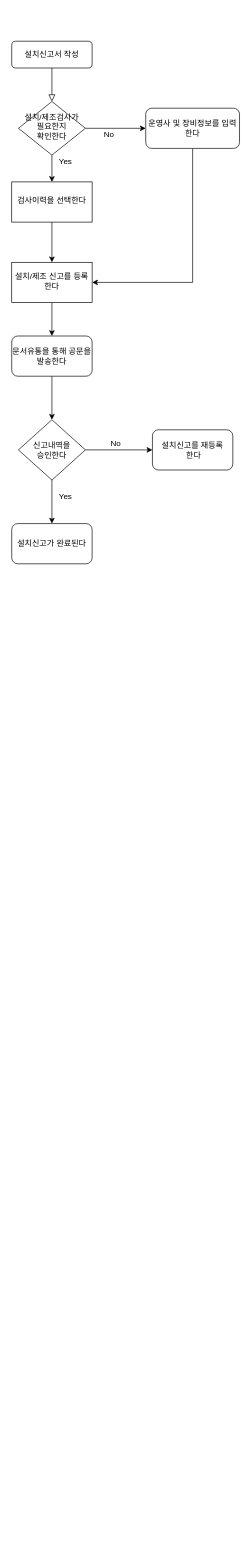
The draw.io diagram Untitled Diagram.drawio in hos1126/tp, before the edit. Source tidied: cells renumbered, new cells numbered last; positions are measured from the earlier drawing's top-left corner, leaving out a move shared by most shapes. Both pictures are drawn from the tidied source at 67%, with x=0, y=0 at pixel (11, 41).
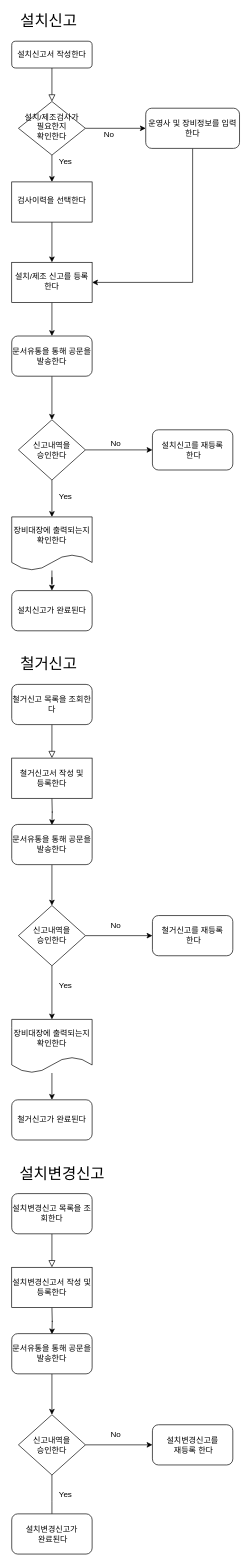
The same page after the edit.

The change refers to these unchanged cells:
```xml
<mxCell id="14" value="신고내역을 &lt;br&gt;승인한다" style="rhombus;whiteSpace=wrap;html=1;" parent="1" vertex="1">
  <mxGeometry x="10" y="565" width="100" height="90" as="geometry" />
</mxCell>
```

Diff of the diagram source:
```diff
@@
-    <mxCell id="3" value="설치신고서 작성" style="rounded=1;whiteSpace=wrap;html=1;fontSize=12;glass=0;strokeWidth=1;shadow=0;" parent="1" vertex="1">
+    <mxCell id="3" value="설치신고서 작성한다" style="rounded=1;whiteSpace=wrap;html=1;fontSize=12;glass=0;strokeWidth=1;shadow=0;" parent="1" vertex="1">
       <mxGeometry width="120" height="40" as="geometry" />
     </mxCell>
@@
-    <mxCell id="12" style="edgeStyle=orthogonalEdgeStyle;rounded=0;jettySize=auto;html=1;" parent="1" edge="1" source="14" target="23">
-      <mxGeometry relative="1" as="geometry" />
-    </mxCell>
@@
+    <mxCell id="24" style="edgeStyle=orthogonalEdgeStyle;rounded=0;jettySize=auto;html=1;" parent="1" edge="1" source="14" target="39">
+      <mxGeometry relative="1" as="geometry" />
+    </mxCell>
@@
     <mxCell id="23" value="설치신고가 완료된다" style="rounded=1;whiteSpace=wrap;html=1;" parent="1" vertex="1">
-      <mxGeometry y="720" width="120" height="60" as="geometry" />
+      <mxGeometry y="820" width="120" height="60" as="geometry" />
     </mxCell>
+    <mxCell id="25" style="rounded=0;html=1;jettySize=auto;fontSize=11;endArrow=block;endFill=0;endSize=8;strokeWidth=1;shadow=0;labelBackgroundColor=none;edgeStyle=orthogonalEdgeStyle;" parent="1" edge="1" source="26" target="37">
+      <mxGeometry relative="1" as="geometry" />
+    </mxCell>
+    <mxCell id="26" value="철거신고 목록을 조회한다" style="rounded=1;whiteSpace=wrap;html=1;fontSize=12;glass=0;strokeWidth=1;shadow=0;" parent="1" vertex="1">
+      <mxGeometry y="960" width="120" height="60" as="geometry" />
+    </mxCell>
+    <mxCell id="27" style="edgeStyle=orthogonalEdgeStyle;rounded=0;orthogonalLoop=1;jettySize=auto;html=1;" parent="1" edge="1">
+      <mxGeometry relative="1" as="geometry">
+        <mxPoint x="60" y="1130" as="sourcePoint" />
+        <mxPoint x="60" y="1170" as="targetPoint" />
+      </mxGeometry>
+    </mxCell>
+    <mxCell id="28" style="edgeStyle=orthogonalEdgeStyle;rounded=0;jettySize=auto;html=1;entryX=0.5;entryY=0;entryDx=0;entryDy=0;" parent="1" edge="1" source="29" target="32">
+      <mxGeometry relative="1" as="geometry" />
+    </mxCell>
+    <mxCell id="29" value="문서유통을 통해 공문을 발송한다" style="whiteSpace=wrap;html=1;rounded=1;shadow=0;strokeWidth=1;glass=0;" parent="1" vertex="1">
+      <mxGeometry y="1169" width="120" height="60" as="geometry" />
+    </mxCell>
+    <mxCell id="30" style="edgeStyle=orthogonalEdgeStyle;rounded=0;jettySize=auto;html=1;entryX=0.5;entryY=0;entryDx=0;entryDy=0;" parent="1" edge="1" source="32" target="41">
+      <mxGeometry relative="1" as="geometry" />
+    </mxCell>
+    <mxCell id="31" style="edgeStyle=orthogonalEdgeStyle;rounded=0;jettySize=auto;html=1;" parent="1" edge="1" source="32" target="34">
+      <mxGeometry relative="1" as="geometry" />
+    </mxCell>
+    <mxCell id="32" value="신고내역을 &lt;br&gt;승인한다" style="rhombus;whiteSpace=wrap;html=1;" parent="1" vertex="1">
+      <mxGeometry x="10" y="1290" width="100" height="90" as="geometry" />
+    </mxCell>
+    <mxCell id="33" value="No" style="text;html=1;align=center;verticalAlign=middle;" parent="1" vertex="1">
+      <mxGeometry x="140" y="1310" width="30" height="20" as="geometry" />
+    </mxCell>
+    <mxCell id="34" value="철거신고를 재등록&lt;br&gt;&amp;nbsp;한다" style="rounded=1;whiteSpace=wrap;html=1;" parent="1" vertex="1">
+      <mxGeometry x="210" y="1305" width="120" height="60" as="geometry" />
+    </mxCell>
+    <mxCell id="35" value="Yes" style="text;html=1;align=center;verticalAlign=middle;" parent="1" vertex="1">
+      <mxGeometry x="60" y="1400" width="40" height="20" as="geometry" />
+    </mxCell>
+    <mxCell id="36" value="철거신고가 완료된다" style="rounded=1;whiteSpace=wrap;html=1;" parent="1" vertex="1">
+      <mxGeometry y="1580" width="120" height="60" as="geometry" />
+    </mxCell>
+    <mxCell id="37" value="철거신고서 작성 및&lt;br&gt;등록한다" style="rounded=0;whiteSpace=wrap;html=1;" parent="1" vertex="1">
+      <mxGeometry y="1070" width="120" height="60" as="geometry" />
+    </mxCell>
+    <mxCell id="38" style="edgeStyle=orthogonalEdgeStyle;rounded=0;jettySize=auto;html=1;" parent="1" edge="1" source="39" target="23">
+      <mxGeometry relative="1" as="geometry" />
+    </mxCell>
+    <mxCell id="39" value="장비대장에 출력되는지 확인한다" style="shape=document;whiteSpace=wrap;html=1;boundedLbl=1;" parent="1" vertex="1">
+      <mxGeometry y="710" width="120" height="80" as="geometry" />
+    </mxCell>
+    <mxCell id="40" style="edgeStyle=orthogonalEdgeStyle;rounded=0;jettySize=auto;html=1;" parent="1" edge="1" source="41" target="36">
+      <mxGeometry relative="1" as="geometry" />
+    </mxCell>
+    <mxCell id="41" value="장비대장에 출력되는지 확인한다" style="shape=document;whiteSpace=wrap;html=1;boundedLbl=1;" parent="1" vertex="1">
+      <mxGeometry y="1460" width="120" height="80" as="geometry" />
+    </mxCell>
+    <mxCell id="42" style="rounded=0;html=1;jettySize=auto;fontSize=11;endArrow=block;endFill=0;endSize=8;strokeWidth=1;shadow=0;labelBackgroundColor=none;edgeStyle=orthogonalEdgeStyle;" parent="1" edge="1" source="43" target="54">
+      <mxGeometry relative="1" as="geometry" />
+    </mxCell>
+    <mxCell id="43" value="설치변경신고 목록을 조회한다" style="rounded=1;whiteSpace=wrap;html=1;fontSize=12;glass=0;strokeWidth=1;shadow=0;" parent="1" vertex="1">
+      <mxGeometry y="1720" width="120" height="60" as="geometry" />
+    </mxCell>
+    <mxCell id="44" style="edgeStyle=orthogonalEdgeStyle;rounded=0;orthogonalLoop=1;jettySize=auto;html=1;" parent="1" edge="1">
+      <mxGeometry relative="1" as="geometry">
+        <mxPoint x="60" y="1890" as="sourcePoint" />
+        <mxPoint x="60" y="1930" as="targetPoint" />
+      </mxGeometry>
+    </mxCell>
+    <mxCell id="45" style="edgeStyle=orthogonalEdgeStyle;rounded=0;jettySize=auto;html=1;entryX=0.5;entryY=0;entryDx=0;entryDy=0;" parent="1" edge="1" source="46" target="49">
+      <mxGeometry relative="1" as="geometry" />
+    </mxCell>
+    <mxCell id="46" value="문서유통을 통해 공문을 발송한다" style="whiteSpace=wrap;html=1;rounded=1;shadow=0;strokeWidth=1;glass=0;" parent="1" vertex="1">
+      <mxGeometry y="1929" width="120" height="60" as="geometry" />
+    </mxCell>
+    <mxCell id="47" style="edgeStyle=orthogonalEdgeStyle;rounded=0;jettySize=auto;html=1;entryX=0.5;entryY=0;entryDx=0;entryDy=0;" parent="1" edge="1" source="49">
+      <mxGeometry relative="1" as="geometry">
+        <mxPoint x="60" y="2220" as="targetPoint" />
+      </mxGeometry>
+    </mxCell>
+    <mxCell id="48" style="edgeStyle=orthogonalEdgeStyle;rounded=0;jettySize=auto;html=1;" parent="1" edge="1" source="49" target="51">
+      <mxGeometry relative="1" as="geometry" />
+    </mxCell>
+    <mxCell id="49" value="신고내역을 &lt;br&gt;승인한다" style="rhombus;whiteSpace=wrap;html=1;" parent="1" vertex="1">
+      <mxGeometry x="10" y="2050" width="100" height="90" as="geometry" />
+    </mxCell>
+    <mxCell id="50" value="No" style="text;html=1;align=center;verticalAlign=middle;" parent="1" vertex="1">
+      <mxGeometry x="140" y="2070" width="30" height="20" as="geometry" />
+    </mxCell>
+    <mxCell id="51" value="설치변경신고를&lt;br&gt;&amp;nbsp;재등록 한다" style="rounded=1;whiteSpace=wrap;html=1;" parent="1" vertex="1">
+      <mxGeometry x="210" y="2065" width="120" height="60" as="geometry" />
+    </mxCell>
+    <mxCell id="52" value="Yes" style="text;html=1;align=center;verticalAlign=middle;" parent="1" vertex="1">
+      <mxGeometry x="60" y="2160" width="40" height="20" as="geometry" />
+    </mxCell>
+    <mxCell id="53" value="설치변경신고가&lt;br&gt;&amp;nbsp;완료된다" style="rounded=1;whiteSpace=wrap;html=1;" parent="1" vertex="1">
+      <mxGeometry y="2198" width="120" height="60" as="geometry" />
+    </mxCell>
+    <mxCell id="54" value="설치변경신고서 작성 및 등록한다" style="rounded=0;whiteSpace=wrap;html=1;" parent="1" vertex="1">
+      <mxGeometry y="1830" width="120" height="60" as="geometry" />
+    </mxCell>
+    <mxCell id="55" value="&lt;font style=&quot;font-size: 23px&quot;&gt;설치신고&lt;/font&gt;" style="text;html=1;align=center;verticalAlign=middle;strokeColor=none;" parent="1" vertex="1">
+      <mxGeometry y="-40" width="110" height="20" as="geometry" />
+    </mxCell>
+    <mxCell id="56" value="&lt;font style=&quot;font-size: 23px&quot;&gt;설치변경신고&lt;/font&gt;" style="text;html=1;align=center;verticalAlign=middle;strokeColor=none;" parent="1" vertex="1">
+      <mxGeometry y="1680" width="150" height="20" as="geometry" />
+    </mxCell>
+    <mxCell id="57" value="&lt;font style=&quot;font-size: 23px&quot;&gt;철거신고&lt;/font&gt;" style="text;html=1;align=center;verticalAlign=middle;strokeColor=none;" parent="1" vertex="1">
+      <mxGeometry y="920" width="110" height="20" as="geometry" />
+    </mxCell>
```
